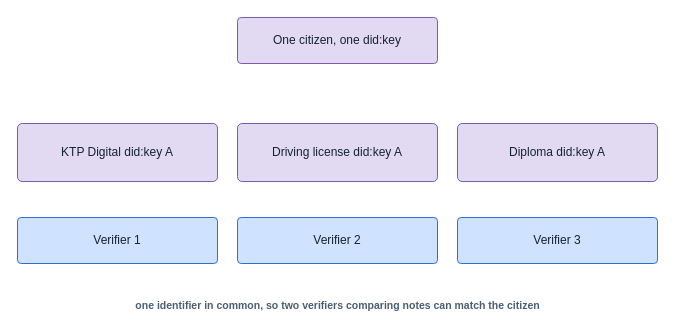
The draw.io diagram images/architecture-framework/data-model-and-protocols/holder-identifier.drawio in id-verifiable-credential-dev/id-doc-idctf, before the edit. Source tidied: cells renumbered, new cells numbered last; positions are measured from the earlier drawing's top-left corner, leaving out a move shared by most shapes. Both pictures are drawn from the tidied source at 100%, with x=0, y=0 at pixel (17, 17).
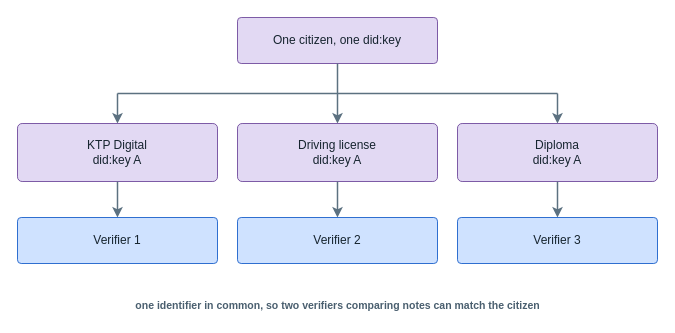
Above is the later version.

Diff of the diagram source:
```diff
@@
-    <mxCell id="3" value="KTP Digital did:key A" style="rounded=1;arcSize=8;fillColor=#e2d9f3;strokeColor=#7d5ba6;fontSize=12;fontColor=#16242f;html=1;whiteSpace=wrap;verticalAlign=middle;" parent="1" vertex="1">
-      <mxGeometry y="106" width="200" height="58" as="geometry" />
-    </mxCell>
+    <mxCell id="10" style="edgeStyle=orthogonalEdgeStyle;rounded=0;orthogonalLoop=1;jettySize=auto;html=1;endArrow=none;strokeColor=#5c7180;strokeWidth=1.5;" parent="1" edge="1">
+      <mxGeometry relative="1" as="geometry">
+        <mxPoint x="320" y="46" as="sourcePoint" />
+        <mxPoint x="320" y="76" as="targetPoint" />
+        <Array as="points">
+          <mxPoint x="320" y="62" />
+        </Array>
+      </mxGeometry>
+    </mxCell>
+    <mxCell id="11" style="edgeStyle=orthogonalEdgeStyle;rounded=0;orthogonalLoop=1;jettySize=auto;html=1;endArrow=none;strokeColor=#5c7180;strokeWidth=1.5;" parent="1" edge="1">
+      <mxGeometry relative="1" as="geometry">
+        <mxPoint x="100" y="76" as="sourcePoint" />
+        <mxPoint x="540" y="76" as="targetPoint" />
+        <Array as="points">
+          <mxPoint x="320" y="76" />
+        </Array>
+      </mxGeometry>
+    </mxCell>
+    <mxCell id="12" style="edgeStyle=orthogonalEdgeStyle;rounded=0;orthogonalLoop=1;jettySize=auto;html=1;endArrow=classic;strokeColor=#5c7180;strokeWidth=1.5;" parent="1" edge="1">
+      <mxGeometry relative="1" as="geometry">
+        <mxPoint x="100" y="76" as="sourcePoint" />
+        <mxPoint x="100" y="106" as="targetPoint" />
+        <Array as="points">
+          <mxPoint x="100" y="91" />
+        </Array>
+      </mxGeometry>
+    </mxCell>
+    <mxCell id="6" value="KTP Digital&lt;br&gt;did:key A" style="rounded=1;arcSize=8;fillColor=#e2d9f3;strokeColor=#7d5ba6;fontSize=12;fontColor=#16242f;html=1;whiteSpace=wrap;verticalAlign=middle;" parent="1" vertex="1">
+      <mxGeometry y="106" width="200" height="58" as="geometry" />
+    </mxCell>
+    <mxCell id="13" style="edgeStyle=orthogonalEdgeStyle;rounded=0;orthogonalLoop=1;jettySize=auto;html=1;endArrow=classic;strokeColor=#5c7180;strokeWidth=1.5;" parent="1" edge="1">
+      <mxGeometry relative="1" as="geometry">
+        <mxPoint x="100" y="164" as="sourcePoint" />
+        <mxPoint x="100" y="200" as="targetPoint" />
+        <Array as="points">
+          <mxPoint x="100" y="182" />
+        </Array>
+      </mxGeometry>
+    </mxCell>
+    <mxCell id="14" style="edgeStyle=orthogonalEdgeStyle;rounded=0;orthogonalLoop=1;jettySize=auto;html=1;endArrow=classic;strokeColor=#5c7180;strokeWidth=1.5;" parent="1" edge="1">
+      <mxGeometry relative="1" as="geometry">
+        <mxPoint x="320" y="76" as="sourcePoint" />
+        <mxPoint x="320" y="106" as="targetPoint" />
+        <Array as="points">
+          <mxPoint x="320" y="91" />
+        </Array>
+      </mxGeometry>
+    </mxCell>
-    <mxCell id="4" value="Driving license did:key A" style="rounded=1;arcSize=8;fillColor=#e2d9f3;strokeColor=#7d5ba6;fontSize=12;fontColor=#16242f;html=1;whiteSpace=wrap;verticalAlign=middle;" parent="1" vertex="1">
+    <mxCell id="4" value="Driving license&lt;br&gt;did:key A" style="rounded=1;arcSize=8;fillColor=#e2d9f3;strokeColor=#7d5ba6;fontSize=12;fontColor=#16242f;html=1;whiteSpace=wrap;verticalAlign=middle;" parent="1" vertex="1">
       <mxGeometry x="220" y="106" width="200" height="58" as="geometry" />
     </mxCell>
+    <mxCell id="15" style="edgeStyle=orthogonalEdgeStyle;rounded=0;orthogonalLoop=1;jettySize=auto;html=1;endArrow=classic;strokeColor=#5c7180;strokeWidth=1.5;" parent="1" edge="1">
+      <mxGeometry relative="1" as="geometry">
+        <mxPoint x="320" y="164" as="sourcePoint" />
+        <mxPoint x="320" y="200" as="targetPoint" />
+        <Array as="points">
+          <mxPoint x="320" y="182" />
+        </Array>
+      </mxGeometry>
+    </mxCell>
+    <mxCell id="16" style="edgeStyle=orthogonalEdgeStyle;rounded=0;orthogonalLoop=1;jettySize=auto;html=1;endArrow=classic;strokeColor=#5c7180;strokeWidth=1.5;" parent="1" edge="1">
+      <mxGeometry relative="1" as="geometry">
+        <mxPoint x="540" y="76" as="sourcePoint" />
+        <mxPoint x="540" y="106" as="targetPoint" />
+        <Array as="points">
+          <mxPoint x="540" y="91" />
+        </Array>
+      </mxGeometry>
+    </mxCell>
-    <mxCell id="5" value="Diploma did:key A" style="rounded=1;arcSize=8;fillColor=#e2d9f3;strokeColor=#7d5ba6;fontSize=12;fontColor=#16242f;html=1;whiteSpace=wrap;verticalAlign=middle;" parent="1" vertex="1">
+    <mxCell id="5" value="Diploma&lt;br&gt;did:key A" style="rounded=1;arcSize=8;fillColor=#e2d9f3;strokeColor=#7d5ba6;fontSize=12;fontColor=#16242f;html=1;whiteSpace=wrap;verticalAlign=middle;" parent="1" vertex="1">
       <mxGeometry x="440" y="106" width="200" height="58" as="geometry" />
     </mxCell>
-    <mxCell id="6" value="Verifier 1" style="rounded=1;arcSize=8;fillColor=#cfe2ff;strokeColor=#2f6fd0;fontSize=12;fontColor=#16242f;html=1;whiteSpace=wrap;verticalAlign=middle;" parent="1" vertex="1">
-      <mxGeometry y="200" width="200" height="46" as="geometry" />
-    </mxCell>
+    <mxCell id="17" style="edgeStyle=orthogonalEdgeStyle;rounded=0;orthogonalLoop=1;jettySize=auto;html=1;endArrow=classic;strokeColor=#5c7180;strokeWidth=1.5;" parent="1" edge="1">
+      <mxGeometry relative="1" as="geometry">
+        <mxPoint x="540" y="164" as="sourcePoint" />
+        <mxPoint x="540" y="200" as="targetPoint" />
+        <Array as="points">
+          <mxPoint x="540" y="182" />
+        </Array>
+      </mxGeometry>
+    </mxCell>
+    <mxCell id="18" value="Verifier 1" style="rounded=1;arcSize=8;fillColor=#cfe2ff;strokeColor=#2f6fd0;fontSize=12;fontColor=#16242f;html=1;whiteSpace=wrap;verticalAlign=middle;" parent="1" vertex="1">
+      <mxGeometry y="200" width="200" height="46" as="geometry" />
+    </mxCell>
```
